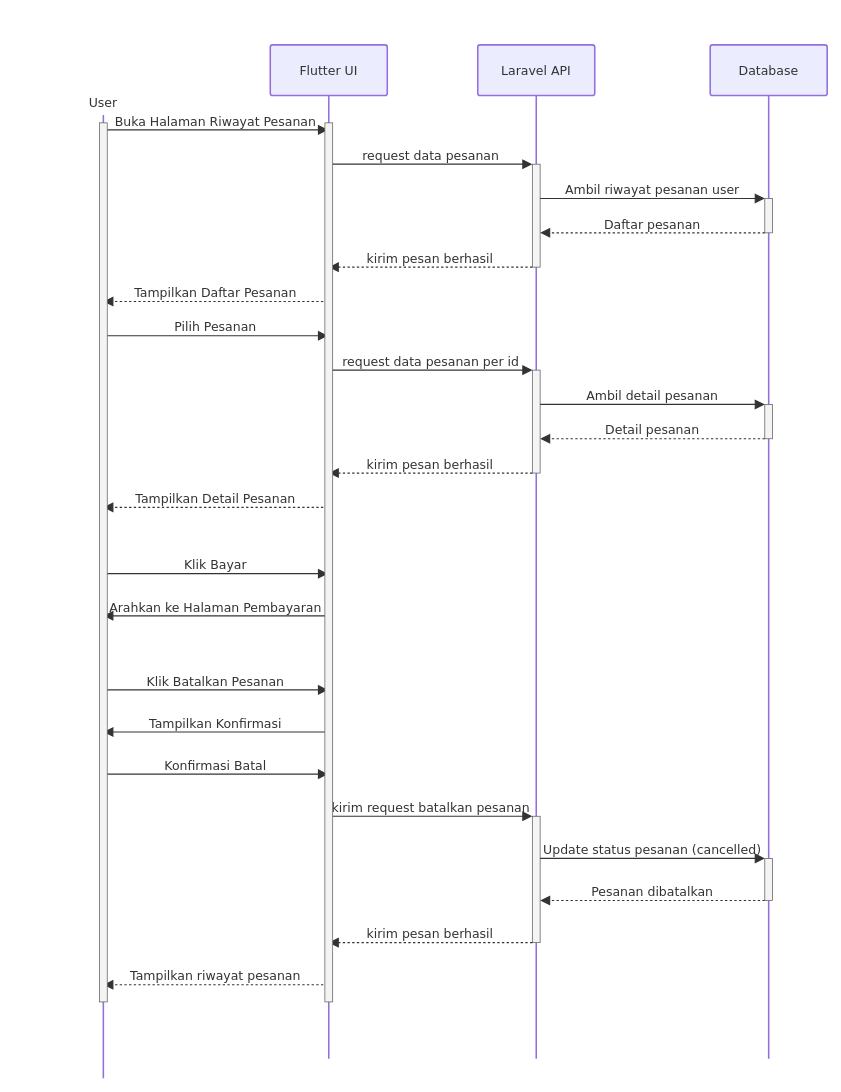
RIOKOWI/warmindo_purnama_flutter keeps this draw.io diagram as page "kelola pesanan" (3 of 18) of assets/uml/sequence warmindo.drawio. Above is the earlier version. Source tidied: cells renumbered, new cells numbered last; positions are measured from the earlier drawing's top-left corner, leaving out a move shared by most shapes. Both pictures are drawn from the tidied source at 78%, with x=0, y=0 at pixel (13, 13).
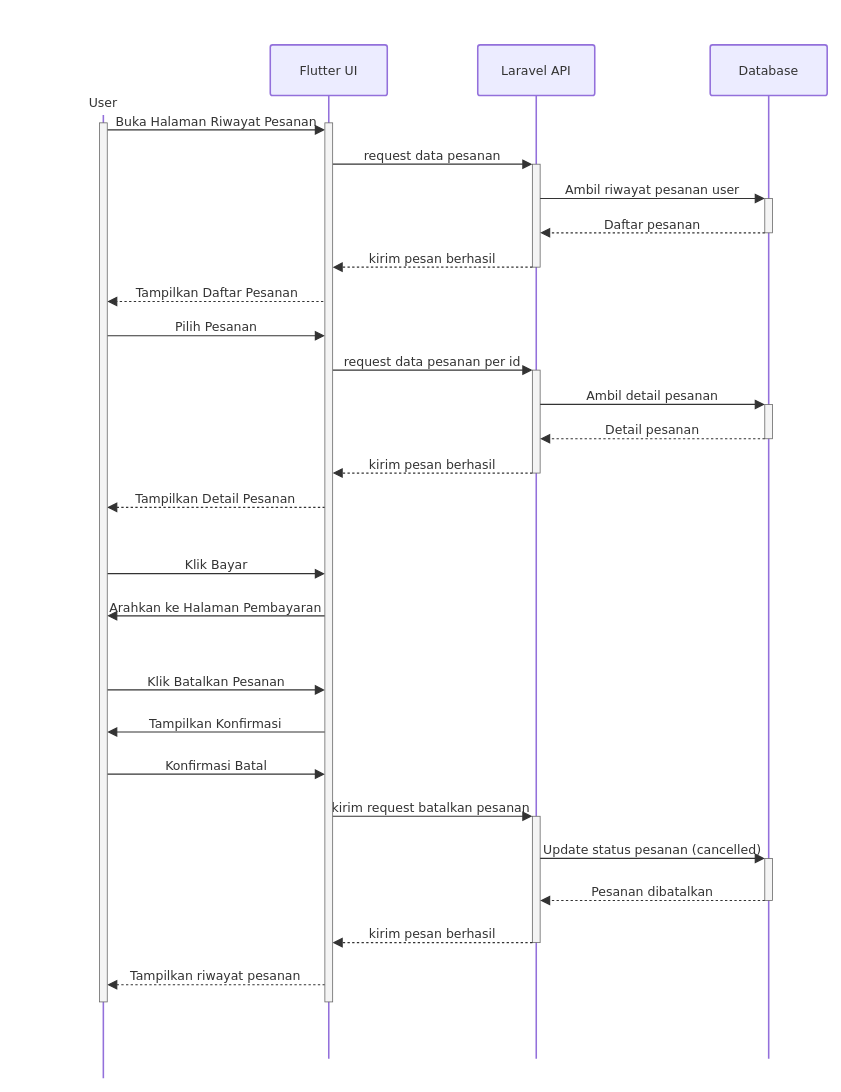
After the change.

Unchanged cells that the change refers to:
```xml
<mxCell id="2" style="group;transparentBounds=1;editIcon=1;lockedGroup=0;groupPadding=20;" parent="1" vertex="1">
  <mxGeometry width="429" height="1291" as="geometry" />
</mxCell>
<mxCell id="3" value="User" style="html=1;shape=umlLifeline;perimeter=lifelinePerimeter;whiteSpace=wrap;outlineConnect=0;portConstraint=eastwest;newEdgeStyle={&quot;edgeStyle&quot;:&quot;elbowEdgeStyle&quot;,&quot;elbow&quot;:&quot;vertical&quot;,&quot;curved&quot;:0,&quot;rounded&quot;:0};lifelineDashed=0;strokeWidth=2;rounded=1;absoluteArcSize=1;arcSize=6;lifelineColor=light-dark(#9370DB,#cccccc);participant=seqActorStick;verticalAlign=bottom;align=center;spacingBottom=4;size=90;lifelineMirror=1;fillColor=light-dark(#ECECFF,#1f2020);strokeColor=light-dark(#9370DB,#cccccc);fontColor=light-dark(#333333,#cccccc);fontFamily=Trebuchet MS,Verdana,Arial,sans-serif;fontSize=16;" parent="2" vertex="1">
  <mxGeometry x="40" y="40" width="150" height="1325" as="geometry" />
</mxCell>
<mxCell id="4" value="Flutter UI" style="html=1;shape=umlLifeline;perimeter=lifelinePerimeter;whiteSpace=wrap;outlineConnect=0;portConstraint=eastwest;newEdgeStyle={&quot;edgeStyle&quot;:&quot;elbowEdgeStyle&quot;,&quot;elbow&quot;:&quot;vertical&quot;,&quot;curved&quot;:0,&quot;rounded&quot;:0};lifelineDashed=0;strokeWidth=2;rounded=1;absoluteArcSize=1;arcSize=6;lifelineColor=light-dark(#9370DB,#cccccc);size=65;lifelineMirror=1;fillColor=light-dark(#ECECFF,#1f2020);strokeColor=light-dark(#9370DB,#cccccc);fontColor=light-dark(#333333,#cccccc);fontFamily=Trebuchet MS,Verdana,Arial,sans-serif;fontSize=16;" parent="2" vertex="1">
  <mxGeometry x="329" y="40" width="150" height="1300" as="geometry" />
</mxCell>
<mxCell id="6" style="html=1;points=[];perimeter=orthogonalPerimeter;outlineConnect=0;targetShapes=umlLifeline;portConstraint=eastwest;newEdgeStyle={&quot;edgeStyle&quot;:&quot;elbowEdgeStyle&quot;,&quot;elbow&quot;:&quot;vertical&quot;,&quot;curved&quot;:0,&quot;rounded&quot;:0};fillColor=light-dark(#f4f4f4,#2a2a2a);strokeColor=light-dark(#666666,#cccccc);fontColor=light-dark(#333333,#cccccc);fontFamily=Trebuchet MS,Verdana,Arial,sans-serif;fontSize=16;" parent="5" vertex="1">
  <mxGeometry x="70" y="153" width="10" height="132" as="geometry" />
</mxCell>
<mxCell id="7" style="html=1;points=[];perimeter=orthogonalPerimeter;outlineConnect=0;targetShapes=umlLifeline;portConstraint=eastwest;newEdgeStyle={&quot;edgeStyle&quot;:&quot;elbowEdgeStyle&quot;,&quot;elbow&quot;:&quot;vertical&quot;,&quot;curved&quot;:0,&quot;rounded&quot;:0};fillColor=light-dark(#f4f4f4,#2a2a2a);strokeColor=light-dark(#666666,#cccccc);fontColor=light-dark(#333333,#cccccc);fontFamily=Trebuchet MS,Verdana,Arial,sans-serif;fontSize=16;" parent="5" vertex="1">
  <mxGeometry x="70" y="417" width="10" height="132" as="geometry" />
</mxCell>
<mxCell id="8" style="html=1;points=[];perimeter=orthogonalPerimeter;outlineConnect=0;targetShapes=umlLifeline;portConstraint=eastwest;newEdgeStyle={&quot;edgeStyle&quot;:&quot;elbowEdgeStyle&quot;,&quot;elbow&quot;:&quot;vertical&quot;,&quot;curved&quot;:0,&quot;rounded&quot;:0};fillColor=light-dark(#f4f4f4,#2a2a2a);strokeColor=light-dark(#666666,#cccccc);fontColor=light-dark(#333333,#cccccc);fontFamily=Trebuchet MS,Verdana,Arial,sans-serif;fontSize=16;" parent="5" vertex="1">
  <mxGeometry x="70" y="989" width="10" height="162" as="geometry" />
</mxCell>
<mxCell id="35" style="html=1;points=[];perimeter=orthogonalPerimeter;outlineConnect=0;targetShapes=umlLifeline;portConstraint=eastwest;newEdgeStyle={&quot;edgeStyle&quot;:&quot;elbowEdgeStyle&quot;,&quot;elbow&quot;:&quot;vertical&quot;,&quot;curved&quot;:0,&quot;rounded&quot;:0};fillColor=light-dark(#f4f4f4,#2a2a2a);strokeColor=light-dark(#666666,#cccccc);fontColor=light-dark(#333333,#cccccc);fontFamily=Trebuchet MS,Verdana,Arial,sans-serif;fontSize=16;" parent="2" vertex="1">
  <mxGeometry x="399" y="140" width="10" height="1127" as="geometry" />
</mxCell>
<mxCell id="36" style="html=1;points=[];perimeter=orthogonalPerimeter;outlineConnect=0;targetShapes=umlLifeline;portConstraint=eastwest;newEdgeStyle={&quot;edgeStyle&quot;:&quot;elbowEdgeStyle&quot;,&quot;elbow&quot;:&quot;vertical&quot;,&quot;curved&quot;:0,&quot;rounded&quot;:0};fillColor=light-dark(#f4f4f4,#2a2a2a);strokeColor=light-dark(#666666,#cccccc);fontColor=light-dark(#333333,#cccccc);fontFamily=Trebuchet MS,Verdana,Arial,sans-serif;fontSize=16;" parent="2" vertex="1">
  <mxGeometry x="110" y="140" width="10" height="1127" as="geometry" />
</mxCell>
```

What changed in the source:
```diff
@@
-    <mxCell id="13" value="Buka Halaman Riwayat Pesanan" style="endArrow=block;endSize=9;verticalAlign=bottom;edgeStyle=elbowEdgeStyle;elbow=vertical;curved=0;rounded=0;fontSize=16;labelBackgroundColor=none;strokeWidth=1.5;strokeColor=light-dark(#333333,#cccccc);fontColor=light-dark(#333333,#cccccc);fontFamily=Trebuchet MS,Verdana,Arial,sans-serif;" parent="2" edge="1" source="3" target="4">
+    <mxCell id="13" value="Buka Halaman Riwayat Pesanan" style="endArrow=block;endSize=9;verticalAlign=bottom;edgeStyle=elbowEdgeStyle;elbow=vertical;curved=0;rounded=0;fontSize=16;labelBackgroundColor=none;strokeWidth=1.5;strokeColor=light-dark(#333333,#cccccc);fontColor=light-dark(#333333,#cccccc);fontFamily=Trebuchet MS,Verdana,Arial,sans-serif;" parent="2" edge="1" source="36" target="35">
       <mxGeometry relative="1" as="geometry">
         <Array as="points">
           <mxPoint x="260" y="149" />
         </Array>
       </mxGeometry>
     </mxCell>
-    <mxCell id="14" value="request data pesanan" style="endArrow=block;endSize=9;verticalAlign=bottom;edgeStyle=elbowEdgeStyle;elbow=vertical;curved=0;rounded=0;fontSize=16;labelBackgroundColor=none;strokeWidth=1.5;strokeColor=light-dark(#333333,#cccccc);fontColor=light-dark(#333333,#cccccc);fontFamily=Trebuchet MS,Verdana,Arial,sans-serif;" parent="2" edge="1" source="4" target="6">
+    <mxCell id="14" value="request data pesanan" style="endArrow=block;endSize=9;verticalAlign=bottom;edgeStyle=elbowEdgeStyle;elbow=vertical;curved=0;rounded=0;fontSize=16;labelBackgroundColor=none;strokeWidth=1.5;strokeColor=light-dark(#333333,#cccccc);fontColor=light-dark(#333333,#cccccc);fontFamily=Trebuchet MS,Verdana,Arial,sans-serif;" parent="2" edge="1" source="35" target="6">
       <mxGeometry relative="1" as="geometry">
         <Array as="points">
           <mxPoint x="535" y="193" />
         </Array>
       </mxGeometry>
     </mxCell>
@@
-    <mxCell id="17" value="kirim pesan berhasil" style="dashed=1;fixDash=1;dashPattern=3 3;endArrow=block;endSize=9;verticalAlign=bottom;edgeStyle=elbowEdgeStyle;elbow=vertical;curved=0;rounded=0;fontSize=16;labelBackgroundColor=none;strokeWidth=1.5;strokeColor=light-dark(#333333,#cccccc);fontColor=light-dark(#333333,#cccccc);fontFamily=Trebuchet MS,Verdana,Arial,sans-serif;" parent="2" edge="1" source="6" target="4">
+    <mxCell id="17" value="kirim pesan berhasil" style="dashed=1;fixDash=1;dashPattern=3 3;endArrow=block;endSize=9;verticalAlign=bottom;edgeStyle=elbowEdgeStyle;elbow=vertical;curved=0;rounded=0;fontSize=16;labelBackgroundColor=none;strokeWidth=1.5;strokeColor=light-dark(#333333,#cccccc);fontColor=light-dark(#333333,#cccccc);fontFamily=Trebuchet MS,Verdana,Arial,sans-serif;" parent="2" edge="1" source="6" target="35">
       <mxGeometry relative="1" as="geometry">
         <Array as="points">
           <mxPoint x="535" y="325" />
         </Array>
       </mxGeometry>
     </mxCell>
-    <mxCell id="18" value="Tampilkan Daftar Pesanan" style="dashed=1;fixDash=1;dashPattern=3 3;endArrow=block;endSize=9;verticalAlign=bottom;edgeStyle=elbowEdgeStyle;elbow=vertical;curved=0;rounded=0;fontSize=16;labelBackgroundColor=none;strokeWidth=1.5;strokeColor=light-dark(#333333,#cccccc);fontColor=light-dark(#333333,#cccccc);fontFamily=Trebuchet MS,Verdana,Arial,sans-serif;" parent="2" edge="1" source="4" target="3">
+    <mxCell id="18" value="Tampilkan Daftar Pesanan" style="dashed=1;fixDash=1;dashPattern=3 3;endArrow=block;endSize=9;verticalAlign=bottom;edgeStyle=elbowEdgeStyle;elbow=vertical;curved=0;rounded=0;fontSize=16;labelBackgroundColor=none;strokeWidth=1.5;strokeColor=light-dark(#333333,#cccccc);fontColor=light-dark(#333333,#cccccc);fontFamily=Trebuchet MS,Verdana,Arial,sans-serif;" parent="2" edge="1" source="4" target="36">
       <mxGeometry relative="1" as="geometry">
         <Array as="points">
           <mxPoint x="260" y="369" />
         </Array>
       </mxGeometry>
     </mxCell>
-    <mxCell id="19" value="Pilih Pesanan" style="endArrow=block;endSize=9;verticalAlign=bottom;edgeStyle=elbowEdgeStyle;elbow=vertical;curved=0;rounded=0;fontSize=16;labelBackgroundColor=none;strokeWidth=1.5;strokeColor=light-dark(#333333,#cccccc);fontColor=light-dark(#333333,#cccccc);fontFamily=Trebuchet MS,Verdana,Arial,sans-serif;" parent="2" edge="1" source="3" target="4">
+    <mxCell id="19" value="Pilih Pesanan" style="endArrow=block;endSize=9;verticalAlign=bottom;edgeStyle=elbowEdgeStyle;elbow=vertical;curved=0;rounded=0;fontSize=16;labelBackgroundColor=none;strokeWidth=1.5;strokeColor=light-dark(#333333,#cccccc);fontColor=light-dark(#333333,#cccccc);fontFamily=Trebuchet MS,Verdana,Arial,sans-serif;" parent="2" edge="1" source="36" target="35">
       <mxGeometry relative="1" as="geometry">
         <Array as="points">
           <mxPoint x="260" y="413" />
         </Array>
       </mxGeometry>
     </mxCell>
-    <mxCell id="20" value="request data pesanan per id" style="endArrow=block;endSize=9;verticalAlign=bottom;edgeStyle=elbowEdgeStyle;elbow=vertical;curved=0;rounded=0;fontSize=16;labelBackgroundColor=none;strokeWidth=1.5;strokeColor=light-dark(#333333,#cccccc);fontColor=light-dark(#333333,#cccccc);fontFamily=Trebuchet MS,Verdana,Arial,sans-serif;" parent="2" edge="1" source="4" target="7">
+    <mxCell id="20" value="request data pesanan per id" style="endArrow=block;endSize=9;verticalAlign=bottom;edgeStyle=elbowEdgeStyle;elbow=vertical;curved=0;rounded=0;fontSize=16;labelBackgroundColor=none;strokeWidth=1.5;strokeColor=light-dark(#333333,#cccccc);fontColor=light-dark(#333333,#cccccc);fontFamily=Trebuchet MS,Verdana,Arial,sans-serif;" parent="2" edge="1" source="35" target="7">
       <mxGeometry relative="1" as="geometry">
         <Array as="points">
           <mxPoint x="535" y="457" />
         </Array>
       </mxGeometry>
     </mxCell>
@@
-    <mxCell id="23" value="kirim pesan berhasil" style="dashed=1;fixDash=1;dashPattern=3 3;endArrow=block;endSize=9;verticalAlign=bottom;edgeStyle=elbowEdgeStyle;elbow=vertical;curved=0;rounded=0;fontSize=16;labelBackgroundColor=none;strokeWidth=1.5;strokeColor=light-dark(#333333,#cccccc);fontColor=light-dark(#333333,#cccccc);fontFamily=Trebuchet MS,Verdana,Arial,sans-serif;" parent="2" edge="1" source="7" target="4">
+    <mxCell id="23" value="kirim pesan berhasil" style="dashed=1;fixDash=1;dashPattern=3 3;endArrow=block;endSize=9;verticalAlign=bottom;edgeStyle=elbowEdgeStyle;elbow=vertical;curved=0;rounded=0;fontSize=16;labelBackgroundColor=none;strokeWidth=1.5;strokeColor=light-dark(#333333,#cccccc);fontColor=light-dark(#333333,#cccccc);fontFamily=Trebuchet MS,Verdana,Arial,sans-serif;" parent="2" edge="1" source="7" target="35">
       <mxGeometry relative="1" as="geometry">
         <Array as="points">
           <mxPoint x="535" y="589" />
         </Array>
       </mxGeometry>
     </mxCell>
-    <mxCell id="24" value="Tampilkan Detail Pesanan" style="dashed=1;fixDash=1;dashPattern=3 3;endArrow=block;endSize=9;verticalAlign=bottom;edgeStyle=elbowEdgeStyle;elbow=vertical;curved=0;rounded=0;fontSize=16;labelBackgroundColor=none;strokeWidth=1.5;strokeColor=light-dark(#333333,#cccccc);fontColor=light-dark(#333333,#cccccc);fontFamily=Trebuchet MS,Verdana,Arial,sans-serif;" parent="2" edge="1" source="4" target="3">
+    <mxCell id="24" value="Tampilkan Detail Pesanan" style="dashed=1;fixDash=1;dashPattern=3 3;endArrow=block;endSize=9;verticalAlign=bottom;edgeStyle=elbowEdgeStyle;elbow=vertical;curved=0;rounded=0;fontSize=16;labelBackgroundColor=none;strokeWidth=1.5;strokeColor=light-dark(#333333,#cccccc);fontColor=light-dark(#333333,#cccccc);fontFamily=Trebuchet MS,Verdana,Arial,sans-serif;" parent="2" edge="1" source="35" target="36">
       <mxGeometry relative="1" as="geometry">
         <Array as="points">
           <mxPoint x="260" y="633" />
         </Array>
       </mxGeometry>
     </mxCell>
-    <mxCell id="25" value="Klik Bayar" style="endArrow=block;endSize=9;verticalAlign=bottom;edgeStyle=elbowEdgeStyle;elbow=vertical;curved=0;rounded=0;fontSize=16;labelBackgroundColor=none;strokeWidth=1.5;strokeColor=light-dark(#333333,#cccccc);fontColor=light-dark(#333333,#cccccc);fontFamily=Trebuchet MS,Verdana,Arial,sans-serif;" parent="2" edge="1" source="3" target="4">
+    <mxCell id="25" value="Klik Bayar" style="endArrow=block;endSize=9;verticalAlign=bottom;edgeStyle=elbowEdgeStyle;elbow=vertical;curved=0;rounded=0;fontSize=16;labelBackgroundColor=none;strokeWidth=1.5;strokeColor=light-dark(#333333,#cccccc);fontColor=light-dark(#333333,#cccccc);fontFamily=Trebuchet MS,Verdana,Arial,sans-serif;" parent="2" edge="1" source="36" target="35">
       <mxGeometry relative="1" as="geometry">
         <Array as="points">
           <mxPoint x="260" y="718" />
         </Array>
       </mxGeometry>
     </mxCell>
-    <mxCell id="26" value="Arahkan ke Halaman Pembayaran" style="endArrow=block;endSize=9;verticalAlign=bottom;edgeStyle=elbowEdgeStyle;elbow=vertical;curved=0;rounded=0;fontSize=16;labelBackgroundColor=none;strokeWidth=1.5;strokeColor=light-dark(#333333,#cccccc);fontColor=light-dark(#333333,#cccccc);fontFamily=Trebuchet MS,Verdana,Arial,sans-serif;" parent="2" edge="1" source="4" target="3">
+    <mxCell id="26" value="Arahkan ke Halaman Pembayaran" style="endArrow=block;endSize=9;verticalAlign=bottom;edgeStyle=elbowEdgeStyle;elbow=vertical;curved=0;rounded=0;fontSize=16;labelBackgroundColor=none;strokeWidth=1.5;strokeColor=light-dark(#333333,#cccccc);fontColor=light-dark(#333333,#cccccc);fontFamily=Trebuchet MS,Verdana,Arial,sans-serif;" parent="2" edge="1" source="35" target="36">
       <mxGeometry relative="1" as="geometry">
         <Array as="points">
           <mxPoint x="260" y="772" />
         </Array>
       </mxGeometry>
     </mxCell>
-    <mxCell id="27" value="Klik Batalkan Pesanan" style="endArrow=block;endSize=9;verticalAlign=bottom;edgeStyle=elbowEdgeStyle;elbow=vertical;curved=0;rounded=0;fontSize=16;labelBackgroundColor=none;strokeWidth=1.5;strokeColor=light-dark(#333333,#cccccc);fontColor=light-dark(#333333,#cccccc);fontFamily=Trebuchet MS,Verdana,Arial,sans-serif;" parent="2" edge="1" source="3" target="4">
+    <mxCell id="27" value="Klik Batalkan Pesanan" style="endArrow=block;endSize=9;verticalAlign=bottom;edgeStyle=elbowEdgeStyle;elbow=vertical;curved=0;rounded=0;fontSize=16;labelBackgroundColor=none;strokeWidth=1.5;strokeColor=light-dark(#333333,#cccccc);fontColor=light-dark(#333333,#cccccc);fontFamily=Trebuchet MS,Verdana,Arial,sans-serif;" parent="2" edge="1" source="36" target="35">
       <mxGeometry relative="1" as="geometry">
         <Array as="points">
           <mxPoint x="260" y="867" />
         </Array>
       </mxGeometry>
     </mxCell>
-    <mxCell id="28" value="Tampilkan Konfirmasi" style="endArrow=block;endSize=9;verticalAlign=bottom;edgeStyle=elbowEdgeStyle;elbow=vertical;curved=0;rounded=0;fontSize=16;labelBackgroundColor=none;strokeWidth=1.5;strokeColor=light-dark(#333333,#cccccc);fontColor=light-dark(#333333,#cccccc);fontFamily=Trebuchet MS,Verdana,Arial,sans-serif;" parent="2" edge="1" source="4" target="3">
+    <mxCell id="28" value="Tampilkan Konfirmasi" style="endArrow=block;endSize=9;verticalAlign=bottom;edgeStyle=elbowEdgeStyle;elbow=vertical;curved=0;rounded=0;fontSize=16;labelBackgroundColor=none;strokeWidth=1.5;strokeColor=light-dark(#333333,#cccccc);fontColor=light-dark(#333333,#cccccc);fontFamily=Trebuchet MS,Verdana,Arial,sans-serif;" parent="2" edge="1" source="35" target="36">
       <mxGeometry relative="1" as="geometry">
         <Array as="points">
           <mxPoint x="260" y="921" />
         </Array>
       </mxGeometry>
     </mxCell>
-    <mxCell id="29" value="Konfirmasi Batal" style="endArrow=block;endSize=9;verticalAlign=bottom;edgeStyle=elbowEdgeStyle;elbow=vertical;curved=0;rounded=0;fontSize=16;labelBackgroundColor=none;strokeWidth=1.5;strokeColor=light-dark(#333333,#cccccc);fontColor=light-dark(#333333,#cccccc);fontFamily=Trebuchet MS,Verdana,Arial,sans-serif;" parent="2" edge="1" source="3" target="4">
+    <mxCell id="29" value="Konfirmasi Batal" style="endArrow=block;endSize=9;verticalAlign=bottom;edgeStyle=elbowEdgeStyle;elbow=vertical;curved=0;rounded=0;fontSize=16;labelBackgroundColor=none;strokeWidth=1.5;strokeColor=light-dark(#333333,#cccccc);fontColor=light-dark(#333333,#cccccc);fontFamily=Trebuchet MS,Verdana,Arial,sans-serif;" parent="2" edge="1" source="36" target="35">
       <mxGeometry relative="1" as="geometry">
         <Array as="points">
           <mxPoint x="260" y="975" />
         </Array>
       </mxGeometry>
     </mxCell>
@@
-    <mxCell id="33" value="kirim pesan berhasil" style="dashed=1;fixDash=1;dashPattern=3 3;endArrow=block;endSize=9;verticalAlign=bottom;edgeStyle=elbowEdgeStyle;elbow=vertical;curved=0;rounded=0;fontSize=16;labelBackgroundColor=none;strokeWidth=1.5;strokeColor=light-dark(#333333,#cccccc);fontColor=light-dark(#333333,#cccccc);fontFamily=Trebuchet MS,Verdana,Arial,sans-serif;" parent="2" edge="1" source="8" target="4">
+    <mxCell id="33" value="kirim pesan berhasil" style="dashed=1;fixDash=1;dashPattern=3 3;endArrow=block;endSize=9;verticalAlign=bottom;edgeStyle=elbowEdgeStyle;elbow=vertical;curved=0;rounded=0;fontSize=16;labelBackgroundColor=none;strokeWidth=1.5;strokeColor=light-dark(#333333,#cccccc);fontColor=light-dark(#333333,#cccccc);fontFamily=Trebuchet MS,Verdana,Arial,sans-serif;" parent="2" edge="1" source="8" target="35">
       <mxGeometry relative="1" as="geometry">
         <Array as="points">
           <mxPoint x="535" y="1191" />
         </Array>
       </mxGeometry>
     </mxCell>
-    <mxCell id="34" value="Tampilkan riwayat pesanan" style="dashed=1;fixDash=1;dashPattern=3 3;endArrow=block;endSize=9;verticalAlign=bottom;edgeStyle=elbowEdgeStyle;elbow=horizontal;curved=0;rounded=0;fontSize=16;labelBackgroundColor=none;strokeWidth=1.5;strokeColor=light-dark(#333333,#cccccc);fontColor=light-dark(#333333,#cccccc);fontFamily=Trebuchet MS,Verdana,Arial,sans-serif;" parent="2" edge="1" source="4" target="3">
+    <mxCell id="34" value="Tampilkan riwayat pesanan" style="dashed=1;fixDash=1;dashPattern=3 3;endArrow=block;endSize=9;verticalAlign=bottom;edgeStyle=elbowEdgeStyle;elbow=horizontal;curved=0;rounded=0;fontSize=16;labelBackgroundColor=none;strokeWidth=1.5;strokeColor=light-dark(#333333,#cccccc);fontColor=light-dark(#333333,#cccccc);fontFamily=Trebuchet MS,Verdana,Arial,sans-serif;" parent="2" edge="1" source="35" target="36">
       <mxGeometry relative="1" as="geometry">
         <Array as="points">
           <mxPoint x="260" y="1245" />
         </Array>
       </mxGeometry>
     </mxCell>
```
